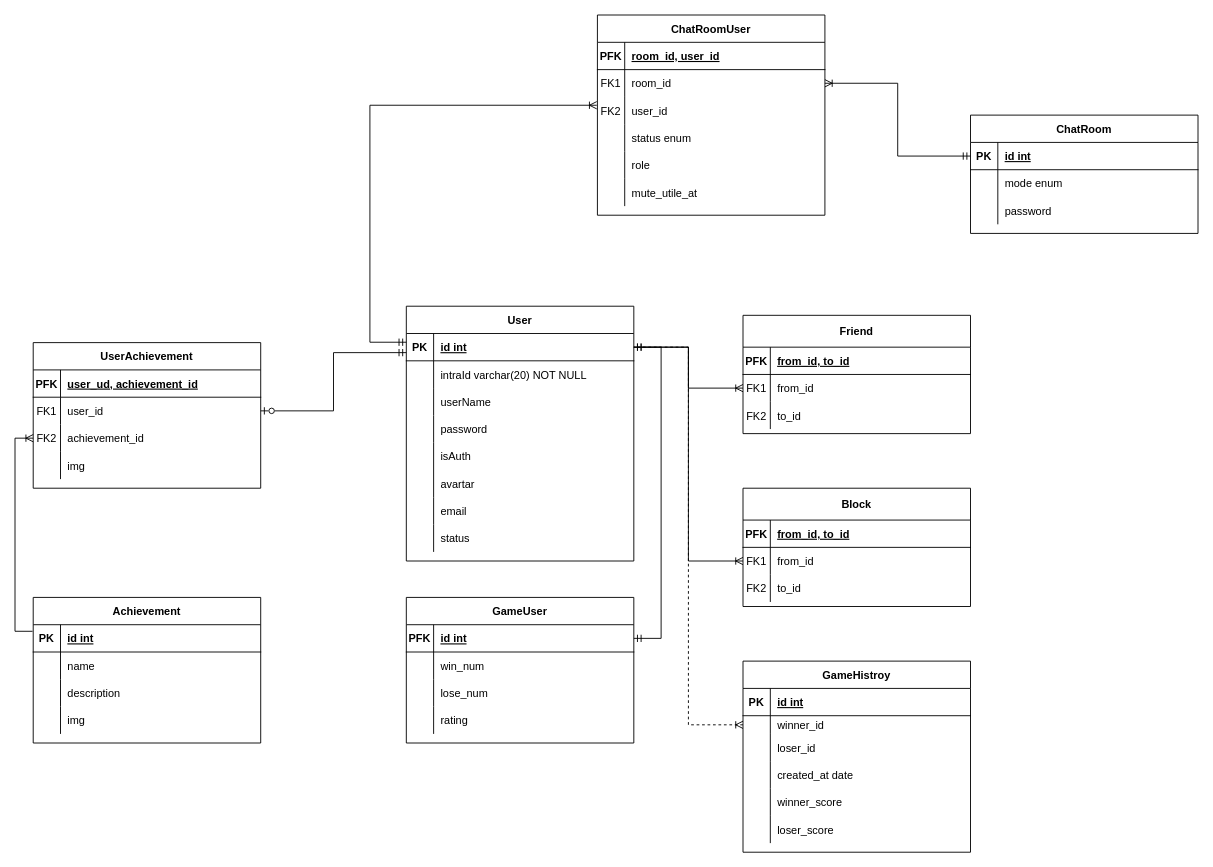
Before: Untitled.drawio in 42MVP/ft_transcendence, a draw.io diagram. Source tidied: cells renumbered, new cells numbered last; positions are measured from the earlier drawing's top-left corner, leaving out a move shared by most shapes. Both pictures are drawn from the tidied source at 91%, with x=0, y=0 at pixel (33, 15).
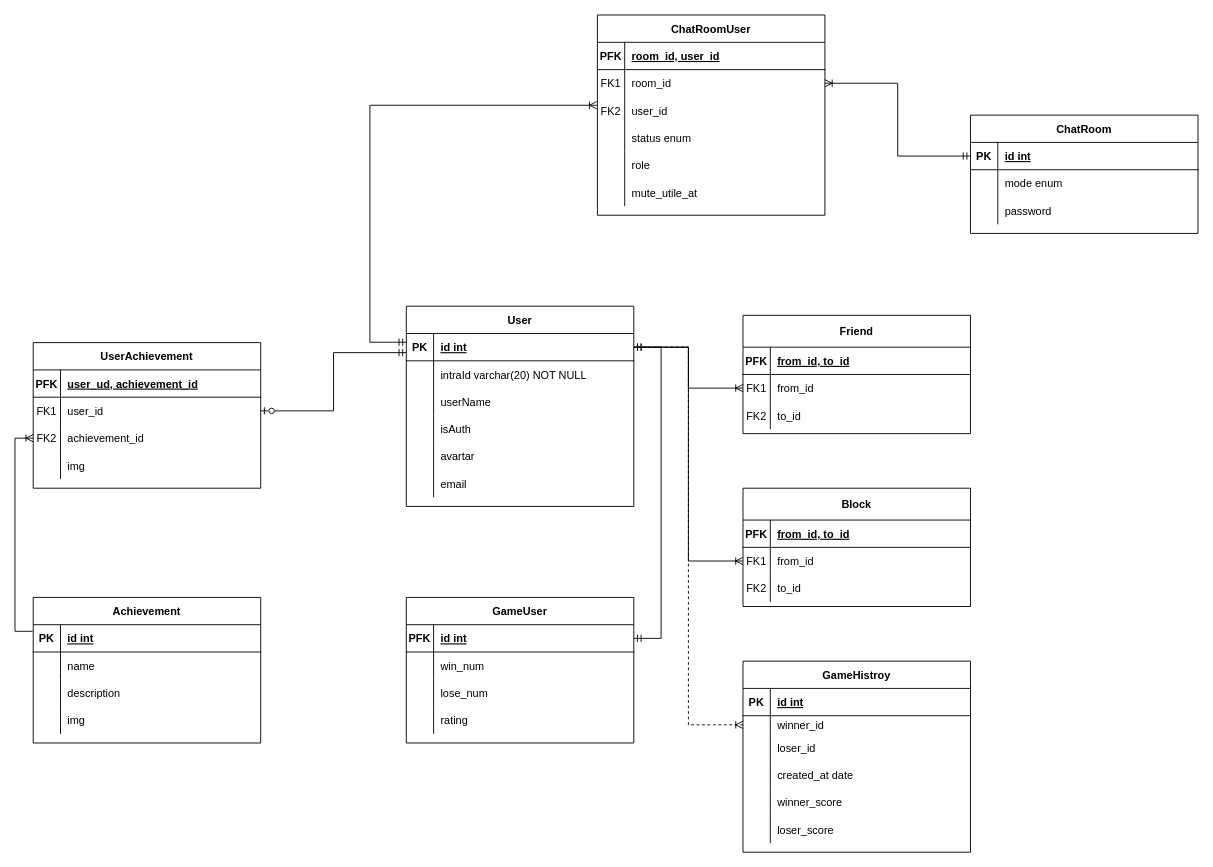
The same page after the edit.

Commit message:
📝 DOC: ERD 유저 테이블 password, status 삭제

The edit, as a diff of the source:
```diff
@@
     <mxCell id="2" value="User" style="shape=table;startSize=30;childLayout=tableLayout;rowLines=0;fontStyle=1;align=center;" parent="1" vertex="1">
-      <mxGeometry x="410" y="320" width="250" height="280" as="geometry" />
+      <mxGeometry x="410" y="320" width="250" height="220" as="geometry" />
     </mxCell>
@@
-    <mxCell id="12" style="shape=partialRectangle;fillColor=none;top=0;left=0;right=0;bottom=0;" parent="2" vertex="1">
-      <mxGeometry y="120" width="250" height="30" as="geometry" />
-    </mxCell>
-    <mxCell id="13" style="shape=partialRectangle;overflow=hidden;fillColor=none;top=0;left=0;bottom=0;right=0;" parent="12" vertex="1">
-      <mxGeometry width="30" height="30" as="geometry" />
-    </mxCell>
-    <mxCell id="14" value="password" style="shape=partialRectangle;overflow=hidden;fillColor=none;top=0;left=0;bottom=0;right=0;align=left;spacingLeft=6;" parent="12" vertex="1">
-      <mxGeometry x="30" width="220" height="30" as="geometry" />
-    </mxCell>
     <mxCell id="15" style="shape=partialRectangle;fillColor=none;top=0;left=0;right=0;bottom=0;" parent="2" vertex="1">
-      <mxGeometry y="150" width="250" height="30" as="geometry" />
+      <mxGeometry y="120" width="250" height="30" as="geometry" />
     </mxCell>
@@
     <mxCell id="18" style="shape=partialRectangle;fillColor=none;top=0;left=0;right=0;bottom=0;" parent="2" vertex="1">
-      <mxGeometry y="180" width="250" height="30" as="geometry" />
+      <mxGeometry y="150" width="250" height="30" as="geometry" />
     </mxCell>
@@
     <mxCell id="21" style="shape=partialRectangle;fillColor=none;top=0;left=0;right=0;bottom=0;" parent="2" vertex="1">
-      <mxGeometry y="210" width="250" height="30" as="geometry" />
+      <mxGeometry y="180" width="250" height="30" as="geometry" />
     </mxCell>
@@
-    <mxCell id="24" style="shape=partialRectangle;fillColor=none;top=0;left=0;right=0;bottom=0;" parent="2" vertex="1">
-      <mxGeometry y="240" width="250" height="30" as="geometry" />
-    </mxCell>
-    <mxCell id="25" style="shape=partialRectangle;overflow=hidden;fillColor=none;top=0;left=0;bottom=0;right=0;" parent="24" vertex="1">
-      <mxGeometry width="30" height="30" as="geometry" />
-    </mxCell>
-    <mxCell id="26" value="status" style="shape=partialRectangle;overflow=hidden;fillColor=none;top=0;left=0;bottom=0;right=0;align=left;spacingLeft=6;" parent="24" vertex="1">
-      <mxGeometry x="30" width="220" height="30" as="geometry" />
-    </mxCell>
```
